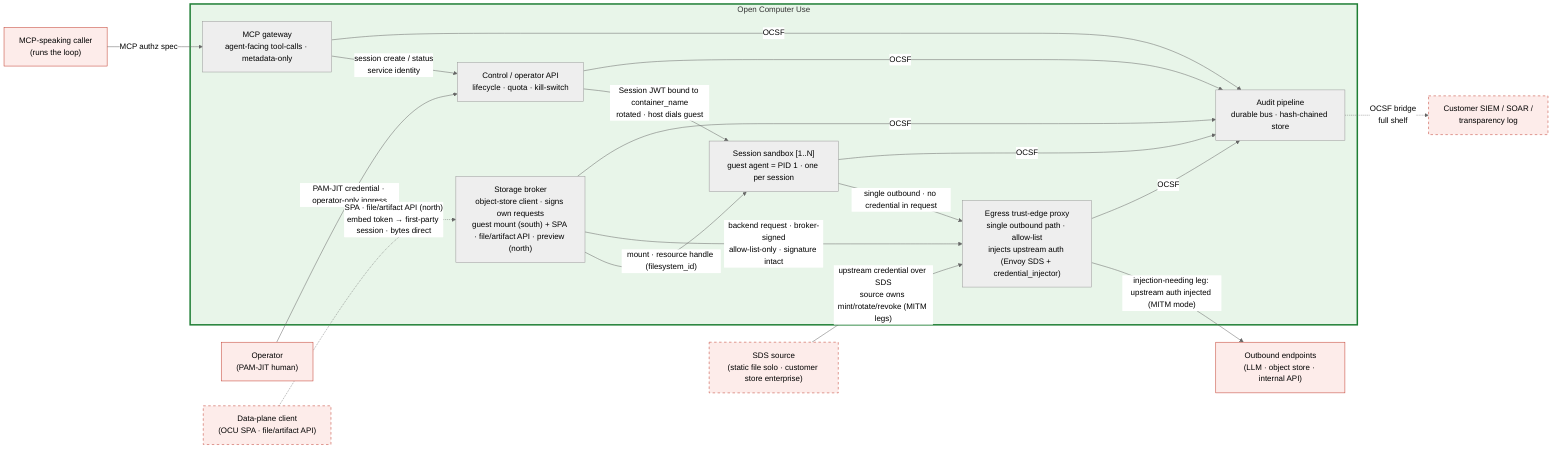
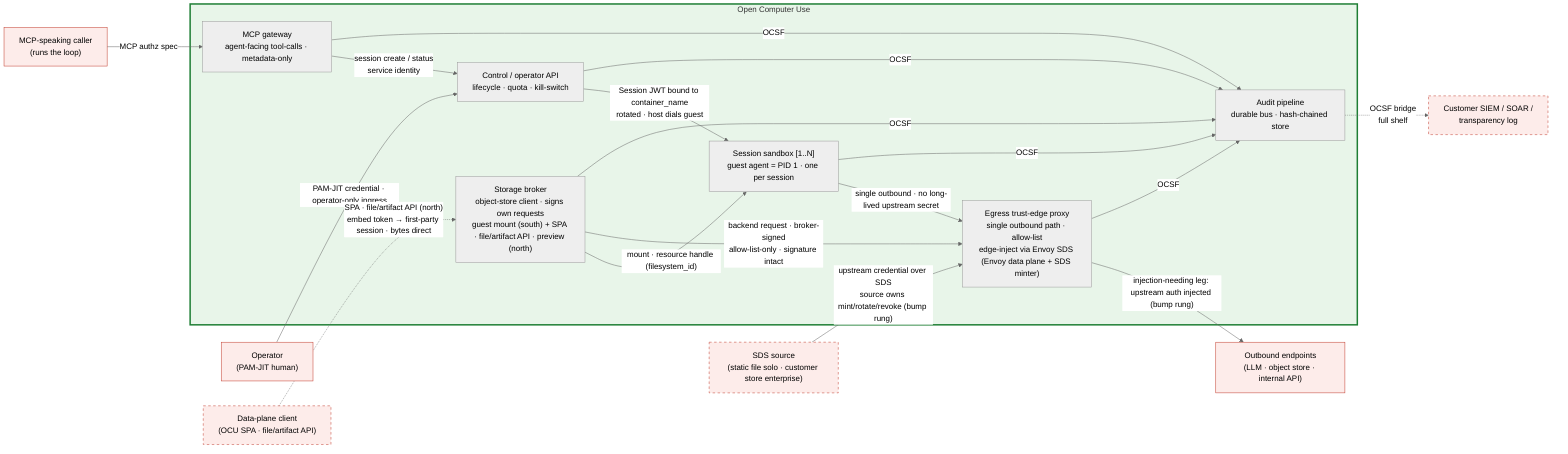
%% SPDX-License-Identifier: FSL-1.1-Apache-2.0
%% Copyright (c) 2025 Open Computer Use Contributors
%% Canonical Layer 6 (C4 Container) diagram. Referenced from docs/architecture/05-c4-container.md.
%% Role names only — no technology names (per CLAUDE.md Diagrams). Tech choice lands in component specs under components/.
%% Six containers across five Layer-3 trust zones: the Control plane splits into an agent-facing
%% MCP gateway and an operator/lifecycle API (the kill-switch lives only on the latter); the other
%% four zones map 1:1. Substrate differs by shelf (see 05-c4-container.md §5); the count does not.
%% Palette (project convention): red untrusted / green trusted. Amber/blue trust-zone shading is Layer 3 only.

%%{init: {"theme": "neutral"} }%%
flowchart LR

    %% ─── external (drawn for orientation; contracts in 03-c4-context.md §4) ───
    PEER["MCP-speaking caller<br/>(runs the loop)"]:::ext
    OPER["Operator<br/>(PAM-JIT human)"]:::ext
    FILE["Data-plane client<br/>(OCU SPA · file/artifact API)"]:::extOpt
    UPSTREAM["Outbound endpoints<br/>(LLM · object store · internal API)"]:::ext
    SINK["Customer SIEM / SOAR /<br/>transparency log"]:::extOpt
    SDS["SDS source<br/>(static file solo · customer store enterprise)"]:::extOpt

    %% ─── containers inside the system under design ───
    subgraph OCU["Open Computer Use"]
        MCPG["MCP gateway<br/>agent-facing tool-calls · metadata-only"]
        CTRL["Control / operator API<br/>lifecycle · quota · kill-switch"]
        STORE["Storage broker<br/>object-store client · signs own requests<br/>guest mount (south) + SPA · file/artifact API · preview (north)"]
        VM["Session sandbox [1..N]<br/>guest agent = PID 1 · one per session"]
-         EDGE["Egress trust-edge proxy<br/>single outbound path · allow-list<br/>injects upstream auth (Envoy SDS + credential_injector)"]
+         EDGE["Egress trust-edge proxy<br/>single outbound path · allow-list<br/>edge-inject via Envoy SDS (Envoy data plane + SDS minter)"]
        AUD["Audit pipeline<br/>durable bus · hash-chained store"]
    end

    %% ─── inbound (two distinct surfaces of the Control plane) ───
    PEER -->|"MCP authz spec"| MCPG
    OPER -->|"PAM-JIT credential · operator-only ingress"| CTRL
    MCPG -->|"session create / status<br/>service identity"| CTRL

    %% ─── control + storage reach the guest host-side (host dials, guest listens; NFR-SEC-43) ───
    CTRL -->|"Session JWT bound to container_name<br/>rotated · host dials guest"| VM
    STORE -->|"mount · resource handle (filesystem_id)"| VM
    FILE -.->|"SPA · file/artifact API (north)<br/>embed token → first-party session · bytes direct"| STORE

-     %% ─── egress: guest sends unauthenticated; on injection-needing legs the edge
-     %%     receives the credential over SDS and injects (MITM mode only — see 05 §3, §6) ───
-     VM -->|"single outbound · no credential in request"| EDGE
-     SDS -->|"upstream credential over SDS<br/>source owns mint/rotate/revoke (MITM legs)"| EDGE
+     %% ─── egress: guest carries no long-lived upstream secret; on injection-needing legs the edge
+     %%     receives the credential over SDS and injects at the egress-wide-bump rung (see 05 §3, §6; ADR-0007) ───
+     VM -->|"single outbound · no long-lived upstream secret"| EDGE
+     SDS -->|"upstream credential over SDS<br/>source owns mint/rotate/revoke (bump rung)"| EDGE
    STORE -->|"backend request · broker-signed<br/>allow-list-only · signature intact"| EDGE
-     EDGE -->|"injection-needing leg: upstream auth injected (MITM mode)"| UPSTREAM
+     EDGE -->|"injection-needing leg: upstream auth injected (bump rung)"| UPSTREAM

    %% ─── audit fan-in (every source container emits OCSF; the pipeline is the sink) ───
    MCPG -->|OCSF| AUD
    CTRL -->|OCSF| AUD
    STORE -->|OCSF| AUD
    VM -->|OCSF| AUD
    EDGE -->|OCSF| AUD
    AUD -.->|"OCSF bridge<br/>full shelf"| SINK

    %% ─── styling (project palette) ───
    classDef ext fill:#fdecea,stroke:#c0392b,stroke-width:1px;
    classDef extOpt fill:#fdecea,stroke:#c0392b,stroke-dasharray: 5 5;
    style OCU fill:#e8f5e9,stroke:#1e7e34,stroke-width:3px;
